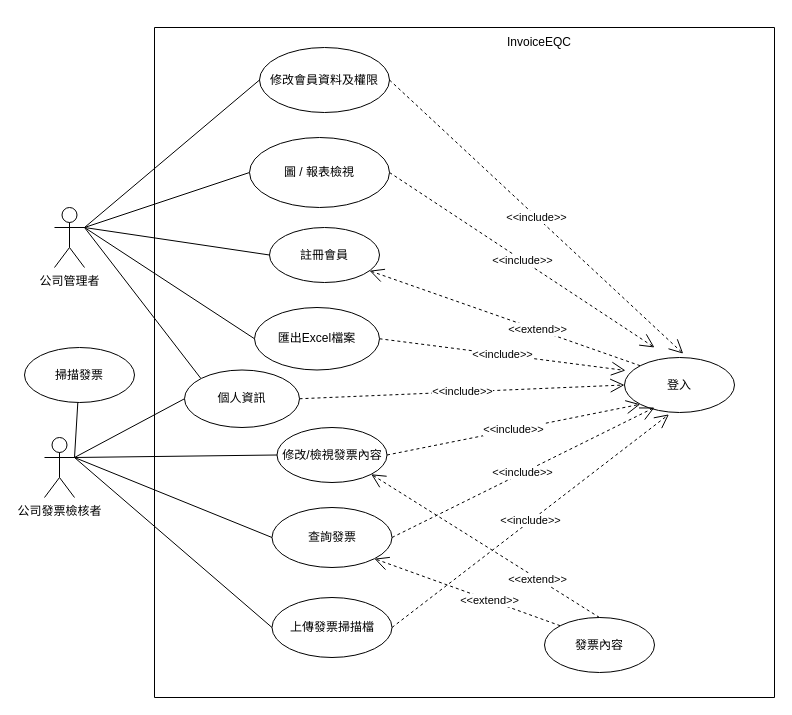
dkf0723/BillAutoIdentify keeps this draw.io diagram as 第五章 圖片繪製及匯出檔/使用個案圖-Usecase公司.drawio. Above is the earlier version. Source tidied: cells renumbered, new cells numbered last; positions are measured from the earlier drawing's top-left corner, leaving out a move shared by most shapes. Both pictures are drawn from the tidied source at 100%, with x=0, y=0 at pixel (24, 27).
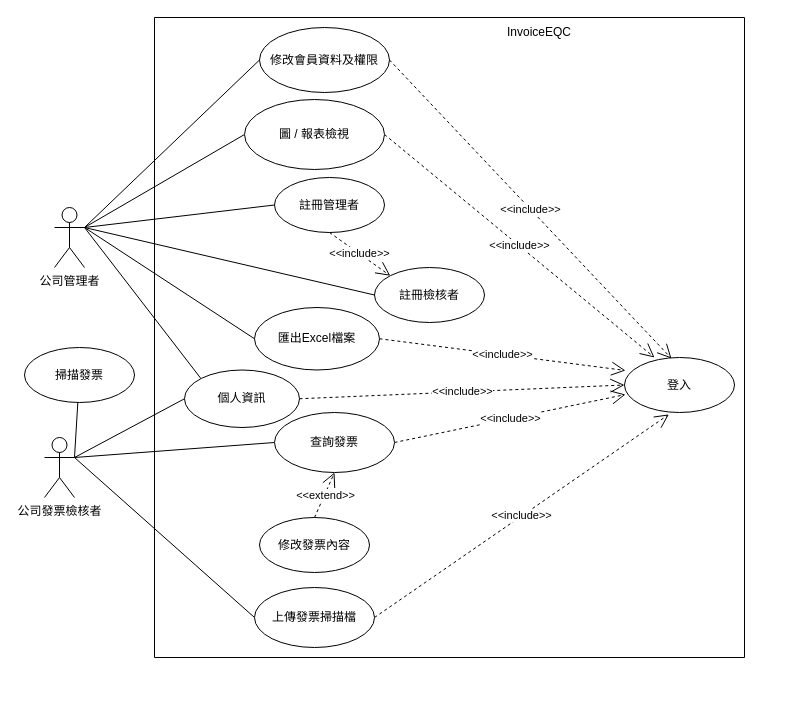
After the change.

Unchanged cells that the change refers to:
```xml
<mxCell id="6" value="公司管理者" style="shape=umlActor;verticalLabelPosition=bottom;verticalAlign=top;html=1;outlineConnect=0;" parent="1" vertex="1">
  <mxGeometry x="30" y="180" width="30" height="60" as="geometry" />
</mxCell>
<mxCell id="10" value="公司發票檢核者" style="shape=umlActor;verticalLabelPosition=bottom;verticalAlign=top;html=1;outlineConnect=0;" parent="1" vertex="1">
  <mxGeometry x="20" y="410" width="30" height="60" as="geometry" />
</mxCell>
<mxCell id="20" value="登入" style="ellipse;whiteSpace=wrap;html=1;" parent="1" vertex="1">
  <mxGeometry x="600" y="330" width="110" height="55" as="geometry" />
</mxCell>
```

Diff of the diagram source:
```diff
@@
-    <mxCell id="7" style="rounded=0;jettySize=auto;html=1;entryX=0;entryY=0.5;entryDx=0;entryDy=0;endArrow=none;endFill=0;exitX=1;exitY=0.3333333333333333;exitDx=0;exitDy=0;exitPerimeter=0;" parent="1" edge="1" source="10" target="13">
-      <mxGeometry relative="1" as="geometry" />
-    </mxCell>
@@
-    <mxCell id="11" value="註冊會員" style="ellipse;whiteSpace=wrap;html=1;" parent="1" vertex="1">
-      <mxGeometry x="245" y="200" width="110" height="55" as="geometry" />
-    </mxCell>
-    <mxCell id="12" value="修改會員資料及權限" style="ellipse;whiteSpace=wrap;html=1;" parent="1" vertex="1">
-      <mxGeometry x="235" y="20" width="130" height="65" as="geometry" />
-    </mxCell>
-    <mxCell id="13" value="修改/檢視發票內容" style="ellipse;whiteSpace=wrap;html=1;" parent="1" vertex="1">
-      <mxGeometry x="252.5" y="400" width="110" height="55" as="geometry" />
-    </mxCell>
-    <mxCell id="14" value="圖 / 報表檢視" style="ellipse;whiteSpace=wrap;html=1;" parent="1" vertex="1">
-      <mxGeometry x="225" y="110" width="140" height="70" as="geometry" />
-    </mxCell>
@@
-    <mxCell id="21" value="&amp;lt;&amp;lt;extend&amp;gt;&amp;gt;" style="endArrow=open;endSize=12;dashed=1;html=1;rounded=0;endFill=0;exitX=0;exitY=0;exitDx=0;exitDy=0;" parent="1" edge="1" source="20" target="11">
-      <mxGeometry x="-0.24" relative="1" as="geometry" />
-    </mxCell>
@@
-    <mxCell id="23" value="&amp;lt;&amp;lt;include&amp;gt;&amp;gt;" style="endArrow=open;endSize=12;dashed=1;html=1;rounded=0;entryX=0;entryY=1;entryDx=0;entryDy=0;exitX=1;exitY=0.5;exitDx=0;exitDy=0;endFill=0;" parent="1" edge="1" source="13" target="20">
-      <mxGeometry relative="1" as="geometry" />
-    </mxCell>
-    <mxCell id="24" value="&amp;lt;&amp;lt;include&amp;gt;&amp;gt;" style="endArrow=open;endSize=12;dashed=1;html=1;rounded=0;exitX=1;exitY=0.5;exitDx=0;exitDy=0;endFill=0;entryX=0.273;entryY=0.909;entryDx=0;entryDy=0;entryPerimeter=0;" parent="1" edge="1" source="34" target="20">
+    <mxCell id="24" value="&amp;lt;&amp;lt;include&amp;gt;&amp;gt;" style="endArrow=open;endSize=12;dashed=1;html=1;rounded=0;exitX=1;exitY=0.5;exitDx=0;exitDy=0;endFill=0;entryX=0.009;entryY=0.673;entryDx=0;entryDy=0;entryPerimeter=0;" parent="1" edge="1" source="34" target="20">
       <mxGeometry relative="1" as="geometry" />
     </mxCell>
@@
-    <mxCell id="26" value="&amp;lt;&amp;lt;include&amp;gt;&amp;gt;" style="endArrow=open;endSize=12;dashed=1;html=1;rounded=0;entryX=0.534;entryY=-0.07;entryDx=0;entryDy=0;exitX=1;exitY=0.5;exitDx=0;exitDy=0;endFill=0;entryPerimeter=0;" parent="1" edge="1" source="12" target="20">
+    <mxCell id="26" value="&amp;lt;&amp;lt;include&amp;gt;&amp;gt;" style="endArrow=open;endSize=12;dashed=1;html=1;rounded=0;entryX=0.427;entryY=0.018;entryDx=0;entryDy=0;exitX=1;exitY=0.5;exitDx=0;exitDy=0;endFill=0;entryPerimeter=0;" parent="1" edge="1" source="12" target="20">
       <mxGeometry relative="1" as="geometry" />
     </mxCell>
     <mxCell id="27" value="&amp;lt;&amp;lt;include&amp;gt;&amp;gt;" style="endArrow=open;endSize=12;dashed=1;html=1;rounded=0;exitX=1;exitY=0.5;exitDx=0;exitDy=0;endFill=0;" parent="1" edge="1" source="14">
       <mxGeometry relative="1" as="geometry">
-        <mxPoint x="630" y="320" as="targetPoint" />
+        <mxPoint x="630" y="330" as="targetPoint" />
       </mxGeometry>
     </mxCell>
@@
-    <mxCell id="30" value="發票內容" style="ellipse;whiteSpace=wrap;html=1;" parent="1" vertex="1">
-      <mxGeometry x="520" y="590" width="110" height="55" as="geometry" />
-    </mxCell>
-    <mxCell id="31" value="&amp;lt;&amp;lt;extend&amp;gt;&amp;gt;" style="endArrow=open;endSize=12;dashed=1;html=1;rounded=0;endFill=0;exitX=0.5;exitY=0;exitDx=0;exitDy=0;entryX=1;entryY=1;entryDx=0;entryDy=0;" parent="1" edge="1" source="30" target="13">
-      <mxGeometry x="-0.45" y="1" relative="1" as="geometry">
-        <mxPoint x="1" as="offset" />
-      </mxGeometry>
-    </mxCell>
-    <mxCell id="32" value="&amp;lt;&amp;lt;extend&amp;gt;&amp;gt;" style="endArrow=open;endSize=12;dashed=1;html=1;rounded=0;endFill=0;exitX=0;exitY=0;exitDx=0;exitDy=0;entryX=1;entryY=1;entryDx=0;entryDy=0;" parent="1" edge="1" source="30" target="34">
-      <mxGeometry x="-0.24" relative="1" as="geometry" />
-    </mxCell>
     <mxCell id="33" style="swimlane;startSize=0;" parent="1" vertex="1">
-      <mxGeometry x="130" width="620" height="670" as="geometry" />
+      <mxGeometry x="130" y="-10" width="590" height="640" as="geometry" />
     </mxCell>
     <mxCell id="34" value="查詢發票" style="ellipse;whiteSpace=wrap;html=1;" parent="33" vertex="1">
-      <mxGeometry x="117.5" y="480" width="120" height="60" as="geometry" />
+      <mxGeometry x="120" y="395" width="120" height="60" as="geometry" />
     </mxCell>
     <mxCell id="35" value="上傳發票掃描檔" style="ellipse;whiteSpace=wrap;html=1;" parent="33" vertex="1">
-      <mxGeometry x="117.5" y="570" width="120" height="60" as="geometry" />
+      <mxGeometry x="100" y="570" width="120" height="60" as="geometry" />
     </mxCell>
@@
+    <mxCell id="13" value="修改發票內容" style="ellipse;whiteSpace=wrap;html=1;" parent="33" vertex="1">
+      <mxGeometry x="105" y="500" width="110" height="55" as="geometry" />
+    </mxCell>
+    <mxCell id="37" value="&amp;lt;&amp;lt;extend&amp;gt;&amp;gt;" style="endArrow=open;endSize=12;dashed=1;html=1;rounded=0;endFill=0;exitX=0.5;exitY=0;exitDx=0;exitDy=0;entryX=0.5;entryY=1;entryDx=0;entryDy=0;" parent="33" edge="1" source="13" target="34">
+      <mxGeometry x="-0.02" y="-1" relative="1" as="geometry" />
+    </mxCell>
+    <mxCell id="38" value="註冊檢核者" style="ellipse;whiteSpace=wrap;html=1;" parent="33" vertex="1">
+      <mxGeometry x="220" y="250" width="110" height="55" as="geometry" />
+    </mxCell>
+    <mxCell id="14" value="圖 / 報表檢視" style="ellipse;whiteSpace=wrap;html=1;" parent="33" vertex="1">
+      <mxGeometry x="90" y="82" width="140" height="70" as="geometry" />
+    </mxCell>
+    <mxCell id="11" value="註冊管理者" style="ellipse;whiteSpace=wrap;html=1;" parent="33" vertex="1">
+      <mxGeometry x="120" y="160" width="110" height="55" as="geometry" />
+    </mxCell>
+    <mxCell id="12" value="修改會員資料及權限" style="ellipse;whiteSpace=wrap;html=1;" parent="33" vertex="1">
+      <mxGeometry x="105" y="10" width="130" height="65" as="geometry" />
+    </mxCell>
+    <mxCell id="23" value="&amp;lt;&amp;lt;include&amp;gt;&amp;gt;" style="endArrow=open;endSize=12;dashed=1;html=1;rounded=0;exitX=0.5;exitY=1;exitDx=0;exitDy=0;endFill=0;entryX=0;entryY=0;entryDx=0;entryDy=0;" parent="33" edge="1" source="11" target="38">
+      <mxGeometry relative="1" as="geometry" />
+    </mxCell>
+    <mxCell id="39" style="rounded=0;jettySize=auto;html=1;entryX=0;entryY=0.5;entryDx=0;entryDy=0;exitX=1;exitY=0.3333333333333333;exitDx=0;exitDy=0;exitPerimeter=0;endArrow=none;endFill=0;" parent="1" edge="1" source="6" target="38">
+      <mxGeometry relative="1" as="geometry" />
+    </mxCell>
```
